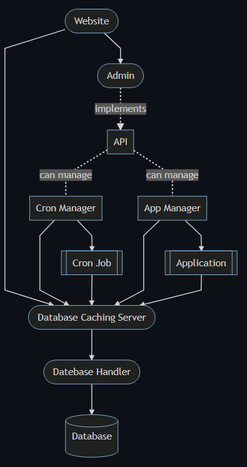
olivernybo/leviathan keeps this Mermaid diagram as diagrams/domain.png. Above is the earlier version. Its source is kept beside it as diagrams/domain.mmd.
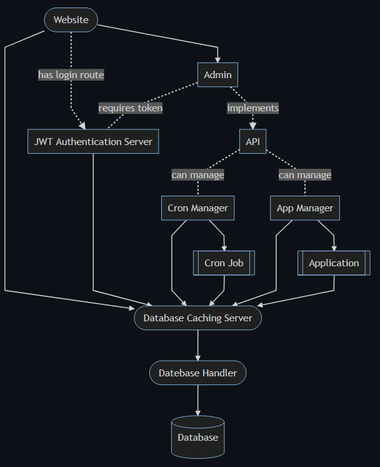
The same diagram one commit later.

Commit message:
added jwt authentication to domain

The edit, as a diff of the source:
```diff
@@ -3,7 +3,8 @@
 	dbh([Datebase Handler])
 	dbcache([Database Caching Server])
 	web([Website])
-	admin([Admin])
+	jwt[JWT Authentication Server]
+	admin[Admin]
 	api[API]
 	cronmanager[Cron Manager]
 	cronjob[[Cron Job]]
@@ -12,7 +13,10 @@
 
 	web-->dbcache
 	web-->admin
+	web-.->|has login route|jwt
+	admin-.-|requires token|jwt
 	admin-.->|implements|api
+	jwt-->dbcache
 	api-.-|can manage|cronmanager
 	api-.-|can manage|appmanager
 	cronmanager-->dbcache
```
